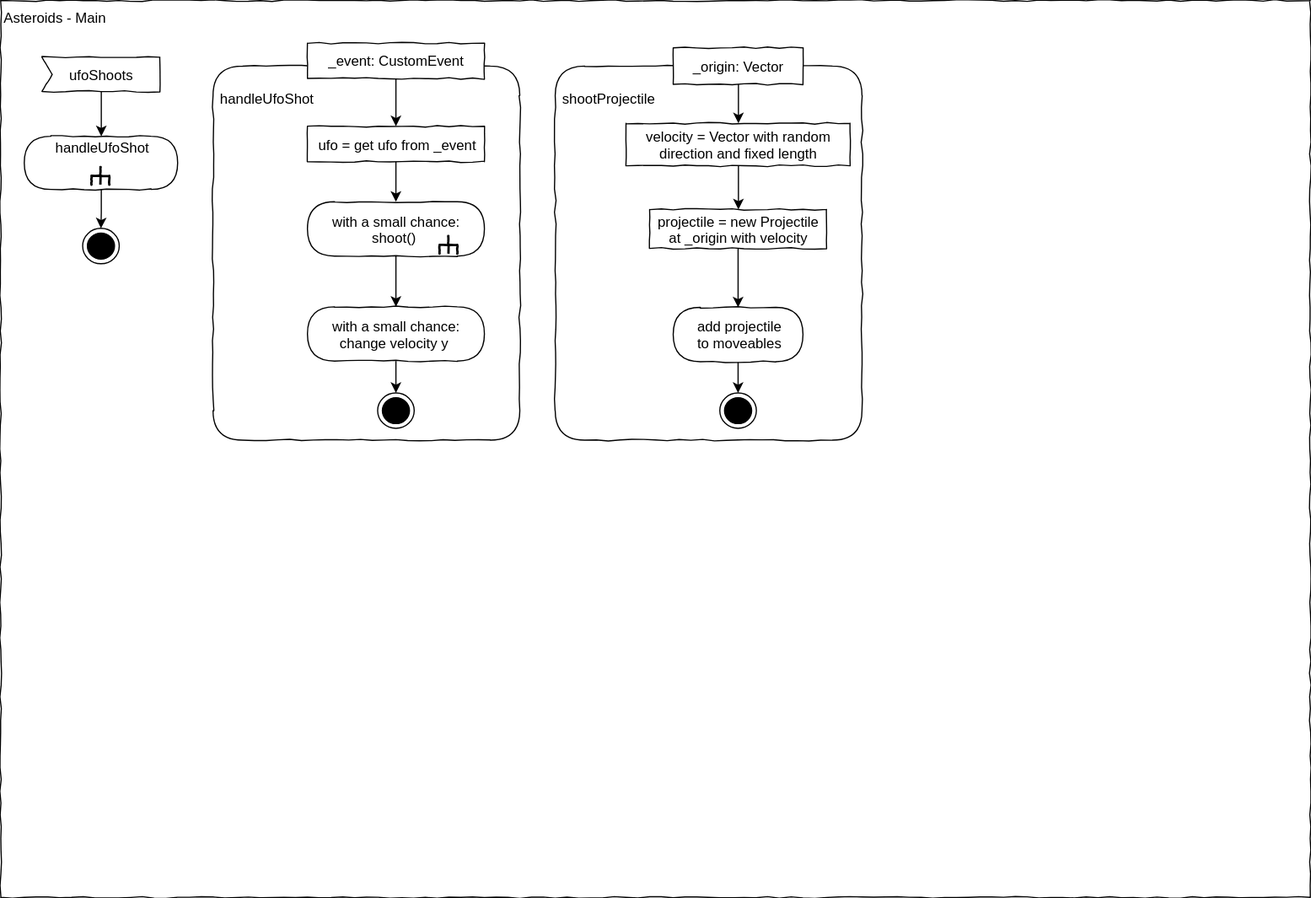
Earlier version of the draw.io export L11_Advanced/Material/draw.io/Asteroids_ActivityDiagram-Main_2.svg (JirkaDellOro/EIA2-Inverted). Source tidied: cells renumbered, new cells last; positions are measured from the earlier drawing's top-left corner, leaving out a move shared by most shapes. Its diagram source:
```xml
<mxGraphModel>
  <root>
    <mxCell id="0" />
    <mxCell id="1" parent="0" />
    <mxCell id="2" value="&lt;div style=&quot;text-align: left&quot;&gt;&lt;span&gt;Asteroids - Main&lt;/span&gt;&lt;/div&gt;" style="rounded=0;whiteSpace=wrap;html=1;shadow=0;glass=0;comic=1;strokeColor=#000000;labelPosition=center;verticalLabelPosition=middle;align=left;verticalAlign=top;absoluteArcSize=1;arcSize=50;" parent="1" vertex="1">
      <mxGeometry width="1110" height="760" as="geometry" />
    </mxCell>
    <mxCell id="3" style="edgeStyle=none;rounded=0;orthogonalLoop=1;jettySize=auto;html=1;" parent="1" edge="1">
      <mxGeometry relative="1" as="geometry">
        <mxPoint x="950" y="450" as="sourcePoint" />
      </mxGeometry>
    </mxCell>
    <mxCell id="4" style="edgeStyle=none;rounded=0;orthogonalLoop=1;jettySize=auto;html=1;" parent="1" edge="1">
      <mxGeometry relative="1" as="geometry">
        <mxPoint x="950" y="530" as="sourcePoint" />
      </mxGeometry>
    </mxCell>
    <mxCell id="5" value="ufoShoots" style="shape=mxgraph.sysml.accEvent;flipH=0;whiteSpace=wrap;align=center;shadow=0;strokeWidth=1;comic=1;" parent="1" vertex="1">
      <mxGeometry x="35" y="48" width="100" height="29" as="geometry" />
    </mxCell>
    <mxCell id="6" value="handleUfoShot&lt;br&gt;&lt;br&gt;&amp;nbsp;" style="rounded=1;whiteSpace=wrap;html=1;absoluteArcSize=1;arcSize=50;strokeWidth=1;shadow=0;comic=1;" parent="1" vertex="1">
      <mxGeometry x="20" y="115" width="130" height="45" as="geometry" />
    </mxCell>
    <mxCell id="7" style="edgeStyle=orthogonalEdgeStyle;rounded=0;jettySize=auto;html=1;" parent="1" edge="1" source="5" target="6">
      <mxGeometry relative="1" as="geometry" />
    </mxCell>
    <mxCell id="8" style="ellipse;html=1;shape=endState;fillColor=#000000;strokeColor=#000000;comic=1;" parent="1" vertex="1">
      <mxGeometry x="69.5" y="193" width="31" height="30" as="geometry" />
    </mxCell>
    <mxCell id="9" style="edgeStyle=orthogonalEdgeStyle;rounded=0;jettySize=auto;html=1;" parent="1" edge="1" source="6" target="8">
      <mxGeometry relative="1" as="geometry" />
    </mxCell>
    <mxCell id="10" style="group;rotation=90;" parent="1" vertex="1">
      <mxGeometry x="75" y="136" width="20" height="20" as="geometry" />
    </mxCell>
    <mxCell id="11" style="strokeWidth=2;html=1;shape=mxgraph.flowchart.annotation_2;align=left;rounded=1;comic=1;rotation=90;" parent="10" vertex="1">
      <mxGeometry x="2" y="5" width="15" height="15" as="geometry" />
    </mxCell>
    <mxCell id="12" style="endArrow=none;html=1;entryX=0.508;entryY=0.487;entryPerimeter=0;exitX=1;exitY=0.5;exitPerimeter=0;strokeWidth=2;" parent="10" edge="1" source="11" target="11">
      <mxGeometry relative="1" as="geometry" />
    </mxCell>
    <mxCell id="13" value="&lt;div style=&quot;text-align: left&quot;&gt;&lt;/div&gt;&lt;span style=&quot;text-align: center&quot;&gt;&amp;nbsp; &lt;br&gt;&lt;/span&gt;&lt;span style=&quot;text-align: center&quot;&gt;&amp;nbsp;handleUfoShot&lt;/span&gt;&lt;span style=&quot;text-align: center&quot;&gt;&lt;br&gt;&lt;/span&gt;" style="rounded=1;whiteSpace=wrap;html=1;shadow=0;glass=0;comic=1;strokeColor=#000000;labelPosition=center;verticalLabelPosition=middle;align=left;verticalAlign=top;absoluteArcSize=1;arcSize=50;" parent="1" vertex="1">
      <mxGeometry x="180" y="55.5" width="260" height="317" as="geometry" />
    </mxCell>
    <mxCell id="14" style="edgeStyle=orthogonalEdgeStyle;rounded=0;jettySize=auto;html=1;" parent="1" edge="1" source="18" target="15">
      <mxGeometry relative="1" as="geometry" />
    </mxCell>
    <mxCell id="15" value="with a small chance:&lt;br&gt;shoot()&amp;nbsp;" style="rounded=1;whiteSpace=wrap;html=1;absoluteArcSize=1;arcSize=50;strokeWidth=1;shadow=0;comic=1;" parent="1" vertex="1">
      <mxGeometry x="260" y="170.5" width="150" height="46" as="geometry" />
    </mxCell>
    <mxCell id="16" style="ellipse;html=1;shape=endState;fillColor=#000000;strokeColor=#000000;comic=1;" parent="1" vertex="1">
      <mxGeometry x="319.5" y="332.5" width="31" height="30" as="geometry" />
    </mxCell>
    <mxCell id="17" style="rounded=0;jettySize=auto;html=1;" parent="1" edge="1" source="24" target="16">
      <mxGeometry relative="1" as="geometry" />
    </mxCell>
    <mxCell id="18" value="ufo = get ufo from _event" style="rounded=0;whiteSpace=wrap;html=1;comic=1;shadow=0;fontFamily=Helvetica;fontSize=12;fontColor=#000000;align=center;strokeColor=#000000;strokeWidth=1;fillColor=#ffffff;" parent="1" vertex="1">
      <mxGeometry x="260" y="106.5" width="150" height="30" as="geometry" />
    </mxCell>
    <mxCell id="19" style="edgeStyle=orthogonalEdgeStyle;rounded=0;jettySize=auto;html=1;" parent="1" edge="1" source="20" target="18">
      <mxGeometry relative="1" as="geometry" />
    </mxCell>
    <mxCell id="20" value="&lt;div style=&quot;text-align: left&quot;&gt;_event: CustomEvent&lt;/div&gt;" style="rounded=0;whiteSpace=wrap;html=1;comic=1;" parent="1" vertex="1">
      <mxGeometry x="260" y="36" width="150" height="30" as="geometry" />
    </mxCell>
    <mxCell id="21" style="group;rotation=90;" parent="1" vertex="1">
      <mxGeometry x="370" y="194.5" width="20" height="20" as="geometry" />
    </mxCell>
    <mxCell id="22" style="strokeWidth=2;html=1;shape=mxgraph.flowchart.annotation_2;align=left;rounded=1;comic=1;rotation=90;" parent="21" vertex="1">
      <mxGeometry x="2" y="5" width="15" height="15" as="geometry" />
    </mxCell>
    <mxCell id="23" style="endArrow=none;html=1;entryX=0.508;entryY=0.487;entryPerimeter=0;exitX=1;exitY=0.5;exitPerimeter=0;strokeWidth=2;" parent="21" edge="1" source="22" target="22">
      <mxGeometry relative="1" as="geometry" />
    </mxCell>
    <mxCell id="24" value="with a small chance:&lt;br&gt;change velocity y&amp;nbsp;" style="rounded=1;whiteSpace=wrap;html=1;absoluteArcSize=1;arcSize=50;strokeWidth=1;shadow=0;comic=1;" parent="1" vertex="1">
      <mxGeometry x="260" y="259.5" width="150" height="46" as="geometry" />
    </mxCell>
    <mxCell id="25" style="edgeStyle=orthogonalEdgeStyle;rounded=0;jettySize=auto;html=1;" parent="1" edge="1" source="15" target="24">
      <mxGeometry relative="1" as="geometry" />
    </mxCell>
    <mxCell id="26" value="&lt;div style=&quot;text-align: left&quot;&gt;&lt;/div&gt;&lt;span style=&quot;text-align: center&quot;&gt;&amp;nbsp; &lt;br&gt;&amp;nbsp;shootProjectile&lt;/span&gt;" style="rounded=1;whiteSpace=wrap;html=1;shadow=0;glass=0;comic=1;strokeColor=#000000;labelPosition=center;verticalLabelPosition=middle;align=left;verticalAlign=top;absoluteArcSize=1;arcSize=50;" parent="1" vertex="1">
      <mxGeometry x="470" y="55.5" width="260" height="317" as="geometry" />
    </mxCell>
    <mxCell id="27" style="edgeStyle=orthogonalEdgeStyle;rounded=0;jettySize=auto;html=1;" parent="1" edge="1" source="31" target="28">
      <mxGeometry relative="1" as="geometry" />
    </mxCell>
    <mxCell id="28" value="projectile = new Projectile at _origin with velocity" style="rounded=0;whiteSpace=wrap;html=1;comic=1;shadow=0;fontFamily=Helvetica;fontSize=12;fontColor=#000000;align=center;strokeColor=#000000;strokeWidth=1;fillColor=#ffffff;" parent="1" vertex="1">
      <mxGeometry x="550" y="177" width="150" height="33" as="geometry" />
    </mxCell>
    <mxCell id="29" style="ellipse;html=1;shape=endState;fillColor=#000000;strokeColor=#000000;comic=1;" parent="1" vertex="1">
      <mxGeometry x="609.5" y="332.5" width="31" height="30" as="geometry" />
    </mxCell>
    <mxCell id="30" style="rounded=0;jettySize=auto;html=1;" parent="1" edge="1" source="34" target="29">
      <mxGeometry relative="1" as="geometry" />
    </mxCell>
    <mxCell id="31" value="velocity = Vector with random direction and fixed length" style="rounded=0;whiteSpace=wrap;html=1;comic=1;shadow=0;fontFamily=Helvetica;fontSize=12;fontColor=#000000;align=center;strokeColor=#000000;strokeWidth=1;fillColor=#ffffff;" parent="1" vertex="1">
      <mxGeometry x="530" y="104" width="190" height="36" as="geometry" />
    </mxCell>
    <mxCell id="32" style="edgeStyle=orthogonalEdgeStyle;rounded=0;jettySize=auto;html=1;" parent="1" edge="1" source="33" target="31">
      <mxGeometry relative="1" as="geometry" />
    </mxCell>
    <mxCell id="33" value="&lt;div style=&quot;text-align: left&quot;&gt;_origin: Vector&lt;/div&gt;" style="rounded=0;whiteSpace=wrap;html=1;comic=1;" parent="1" vertex="1">
      <mxGeometry x="570" y="40" width="110" height="31" as="geometry" />
    </mxCell>
    <mxCell id="34" value="add projectile &lt;br&gt;to moveables" style="rounded=1;whiteSpace=wrap;html=1;absoluteArcSize=1;arcSize=50;strokeWidth=1;shadow=0;comic=1;" parent="1" vertex="1">
      <mxGeometry x="570" y="260" width="110" height="46" as="geometry" />
    </mxCell>
    <mxCell id="35" style="edgeStyle=orthogonalEdgeStyle;rounded=0;jettySize=auto;html=1;" parent="1" edge="1" source="28" target="34">
      <mxGeometry relative="1" as="geometry" />
    </mxCell>
  </root>
</mxGraphModel>
```
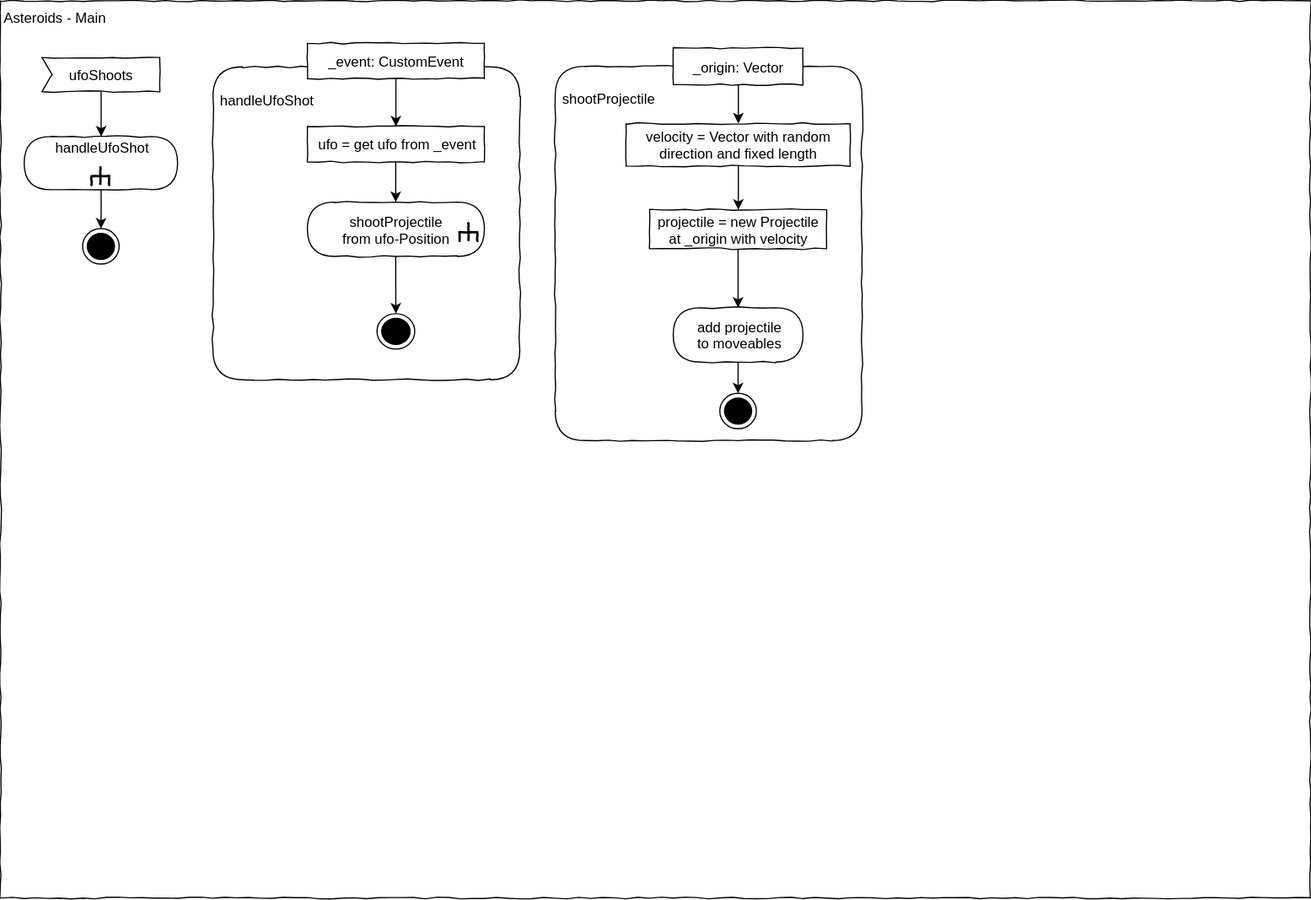
Above is the later version.

Commit message:
Korrektur an Main2 Diagramm

The edit, as a diff of the source:
```diff
@@ -40,20 +40,14 @@
       <mxGeometry relative="1" as="geometry" />
     </mxCell>
     <mxCell id="13" value="&lt;div style=&quot;text-align: left&quot;&gt;&lt;/div&gt;&lt;span style=&quot;text-align: center&quot;&gt;&amp;nbsp; &lt;br&gt;&lt;/span&gt;&lt;span style=&quot;text-align: center&quot;&gt;&amp;nbsp;handleUfoShot&lt;/span&gt;&lt;span style=&quot;text-align: center&quot;&gt;&lt;br&gt;&lt;/span&gt;" style="rounded=1;whiteSpace=wrap;html=1;shadow=0;glass=0;comic=1;strokeColor=#000000;labelPosition=center;verticalLabelPosition=middle;align=left;verticalAlign=top;absoluteArcSize=1;arcSize=50;" parent="1" vertex="1">
-      <mxGeometry x="180" y="55.5" width="260" height="317" as="geometry" />
+      <mxGeometry x="180" y="56" width="260" height="265" as="geometry" />
     </mxCell>
     <mxCell id="14" style="edgeStyle=orthogonalEdgeStyle;rounded=0;jettySize=auto;html=1;" parent="1" edge="1" source="18" target="15">
       <mxGeometry relative="1" as="geometry" />
     </mxCell>
-    <mxCell id="15" value="with a small chance:&lt;br&gt;shoot()&amp;nbsp;" style="rounded=1;whiteSpace=wrap;html=1;absoluteArcSize=1;arcSize=50;strokeWidth=1;shadow=0;comic=1;" parent="1" vertex="1">
+    <mxCell id="15" value="shootProjectile&lt;br&gt;from ufo-Position" style="rounded=1;whiteSpace=wrap;html=1;absoluteArcSize=1;arcSize=50;strokeWidth=1;shadow=0;comic=1;" parent="1" vertex="1">
       <mxGeometry x="260" y="170.5" width="150" height="46" as="geometry" />
     </mxCell>
-    <mxCell id="16" style="ellipse;html=1;shape=endState;fillColor=#000000;strokeColor=#000000;comic=1;" parent="1" vertex="1">
-      <mxGeometry x="319.5" y="332.5" width="31" height="30" as="geometry" />
-    </mxCell>
-    <mxCell id="17" style="rounded=0;jettySize=auto;html=1;" parent="1" edge="1" source="24" target="16">
-      <mxGeometry relative="1" as="geometry" />
-    </mxCell>
     <mxCell id="18" value="ufo = get ufo from _event" style="rounded=0;whiteSpace=wrap;html=1;comic=1;shadow=0;fontFamily=Helvetica;fontSize=12;fontColor=#000000;align=center;strokeColor=#000000;strokeWidth=1;fillColor=#ffffff;" parent="1" vertex="1">
       <mxGeometry x="260" y="106.5" width="150" height="30" as="geometry" />
     </mxCell>
@@ -64,7 +58,7 @@
       <mxGeometry x="260" y="36" width="150" height="30" as="geometry" />
     </mxCell>
     <mxCell id="21" style="group;rotation=90;" parent="1" vertex="1">
-      <mxGeometry x="370" y="194.5" width="20" height="20" as="geometry" />
+      <mxGeometry x="387" y="183.5" width="20" height="20" as="geometry" />
     </mxCell>
     <mxCell id="22" style="strokeWidth=2;html=1;shape=mxgraph.flowchart.annotation_2;align=left;rounded=1;comic=1;rotation=90;" parent="21" vertex="1">
       <mxGeometry x="2" y="5" width="15" height="15" as="geometry" />
@@ -72,12 +66,6 @@
     <mxCell id="23" style="endArrow=none;html=1;entryX=0.508;entryY=0.487;entryPerimeter=0;exitX=1;exitY=0.5;exitPerimeter=0;strokeWidth=2;" parent="21" edge="1" source="22" target="22">
       <mxGeometry relative="1" as="geometry" />
     </mxCell>
-    <mxCell id="24" value="with a small chance:&lt;br&gt;change velocity y&amp;nbsp;" style="rounded=1;whiteSpace=wrap;html=1;absoluteArcSize=1;arcSize=50;strokeWidth=1;shadow=0;comic=1;" parent="1" vertex="1">
-      <mxGeometry x="260" y="259.5" width="150" height="46" as="geometry" />
-    </mxCell>
-    <mxCell id="25" style="edgeStyle=orthogonalEdgeStyle;rounded=0;jettySize=auto;html=1;" parent="1" edge="1" source="15" target="24">
-      <mxGeometry relative="1" as="geometry" />
-    </mxCell>
     <mxCell id="26" value="&lt;div style=&quot;text-align: left&quot;&gt;&lt;/div&gt;&lt;span style=&quot;text-align: center&quot;&gt;&amp;nbsp; &lt;br&gt;&amp;nbsp;shootProjectile&lt;/span&gt;" style="rounded=1;whiteSpace=wrap;html=1;shadow=0;glass=0;comic=1;strokeColor=#000000;labelPosition=center;verticalLabelPosition=middle;align=left;verticalAlign=top;absoluteArcSize=1;arcSize=50;" parent="1" vertex="1">
       <mxGeometry x="470" y="55.5" width="260" height="317" as="geometry" />
     </mxCell>
@@ -108,5 +96,11 @@
     <mxCell id="35" style="edgeStyle=orthogonalEdgeStyle;rounded=0;jettySize=auto;html=1;" parent="1" edge="1" source="28" target="34">
       <mxGeometry relative="1" as="geometry" />
     </mxCell>
+    <mxCell id="16" style="ellipse;html=1;shape=endState;fillColor=#000000;strokeColor=#000000;comic=1;" parent="1" vertex="1">
+      <mxGeometry x="319" y="265" width="32" height="30" as="geometry" />
+    </mxCell>
+    <mxCell id="36" style="edgeStyle=orthogonalEdgeStyle;rounded=0;jettySize=auto;html=1;" parent="1" edge="1" source="15" target="16">
+      <mxGeometry relative="1" as="geometry" />
+    </mxCell>
   </root>
 </mxGraphModel>
```
